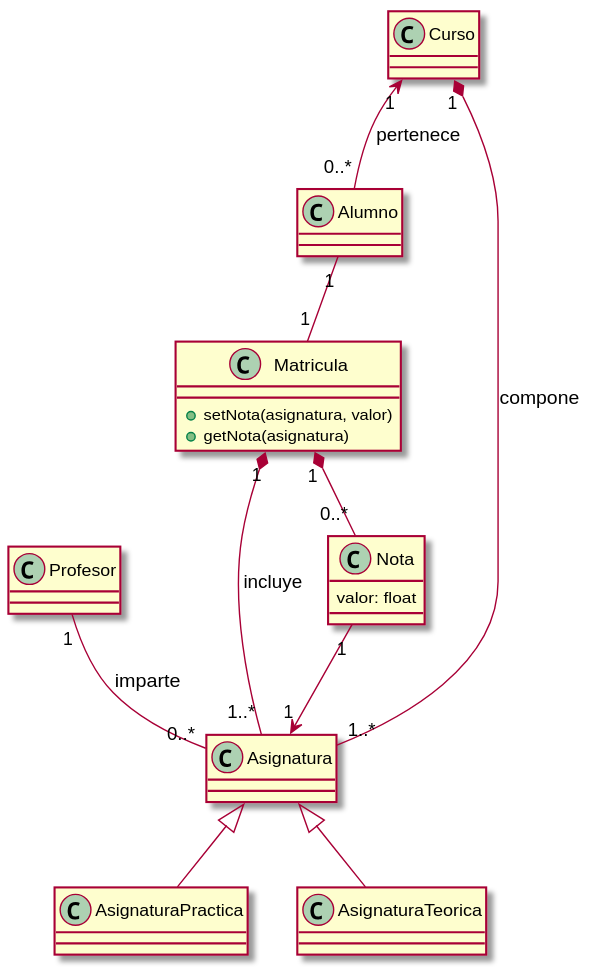
Before: entornos-de-desarrollo/apuntes/6/media/profesores-y-asignaturas.svg, a diagram exported from PlantUML (alvarogonzalezsotillo/apuntes-clase).
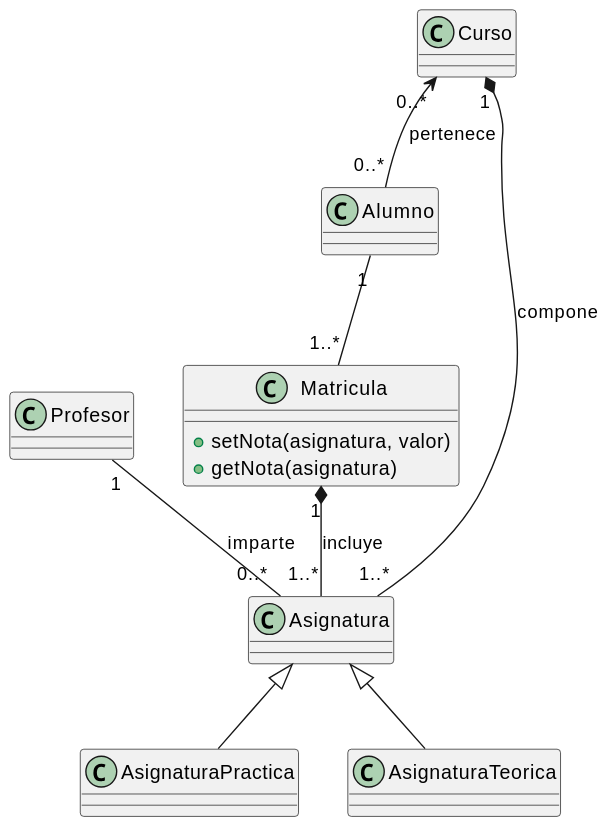
After the commit.

The edit, as a diff of the source:
```diff
@@ -1,5 +1,4 @@
 @startuml
-
 class Profesor {
 }
 
@@ -23,23 +22,16 @@
     +getNota(asignatura)
 }
 
-class Nota {
-    valor: float
-}
 
 Asignatura <|-- AsignaturaPractica
 Asignatura <|-- AsignaturaTeorica
 
 Curso "1" *-- "1..*" Asignatura : compone
 
-Curso "1" <-- "0..*" Alumno : pertenece
+Curso "0..*" <-- "0..*" Alumno : pertenece
 
 Profesor "1" -- "0..*" Asignatura : imparte
 
-Alumno "1" -- "1" Matricula
+Alumno "1" -- "1..*" Matricula
 Matricula "1" *-- "1..*" Asignatura : incluye
-
-Matricula "1" *-- "0..*" Nota
-Nota "1" --> "1" Asignatura
-
 @enduml
```
